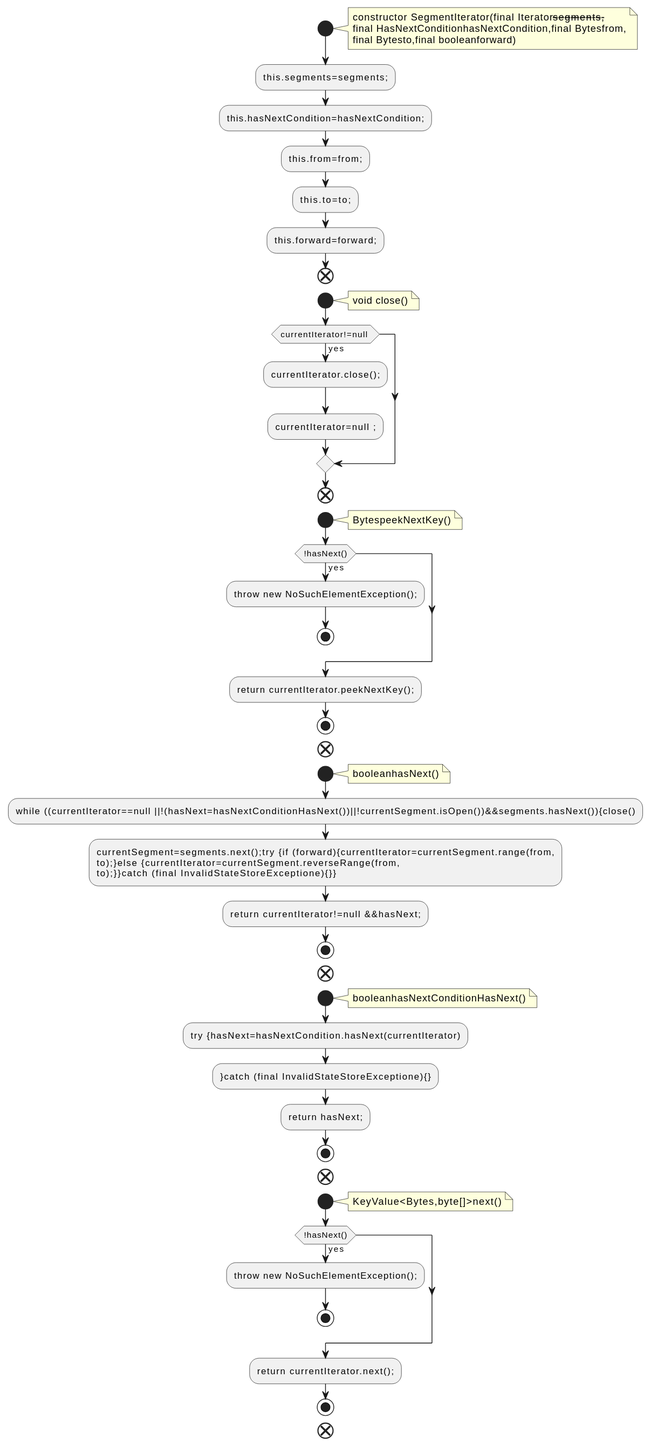
The PlantUML diagram docs/qc/streams/src/main/java/org/apache/kafka/streams/state/internals/SegmentIterator.java.fct.svg in qualitesys/kafka, before a commit.
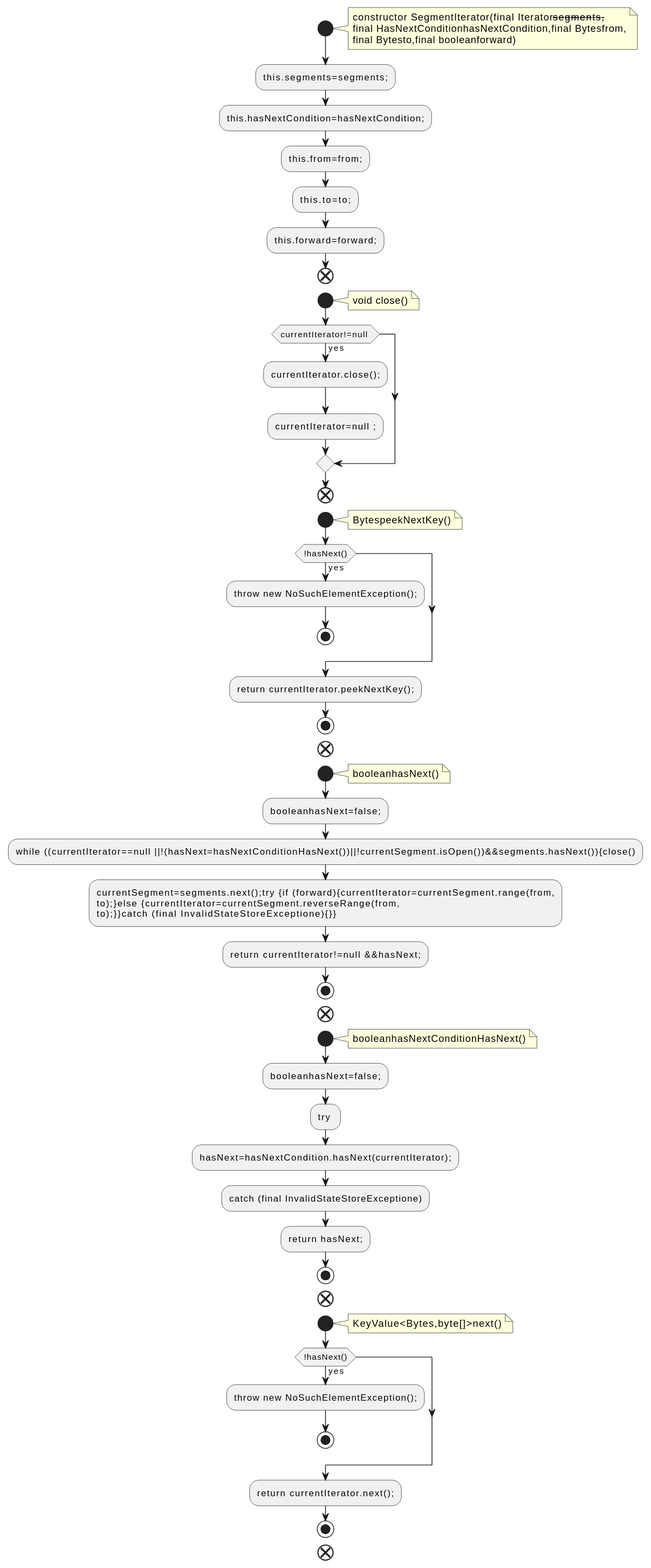
The same diagram one commit later.

Change to the diagram source:
```diff
@@ -36,6 +36,7 @@
 note right
 booleanhasNext()
 end note
+:booleanhasNext=false;;
 :while ((currentIterator==null ||!(hasNext=hasNextConditionHasNext())||!currentSegment.isOpen())&&segments.hasNext()){close();
 :currentSegment=segments.next();try {if (forward){currentIterator=currentSegment.range(from,
 to);}else {currentIterator=currentSegment.reverseRange(from,
@@ -47,8 +48,10 @@
 note right
 booleanhasNextConditionHasNext()
 end note
-:try {hasNext=hasNextCondition.hasNext(currentIterator);
-:}catch (final InvalidStateStoreExceptione){};
+:booleanhasNext=false;;
+:try ;
+:hasNext=hasNextCondition.hasNext(currentIterator);;
+:catch (final InvalidStateStoreExceptione);
 :return hasNext;;
 stop
 end
```
